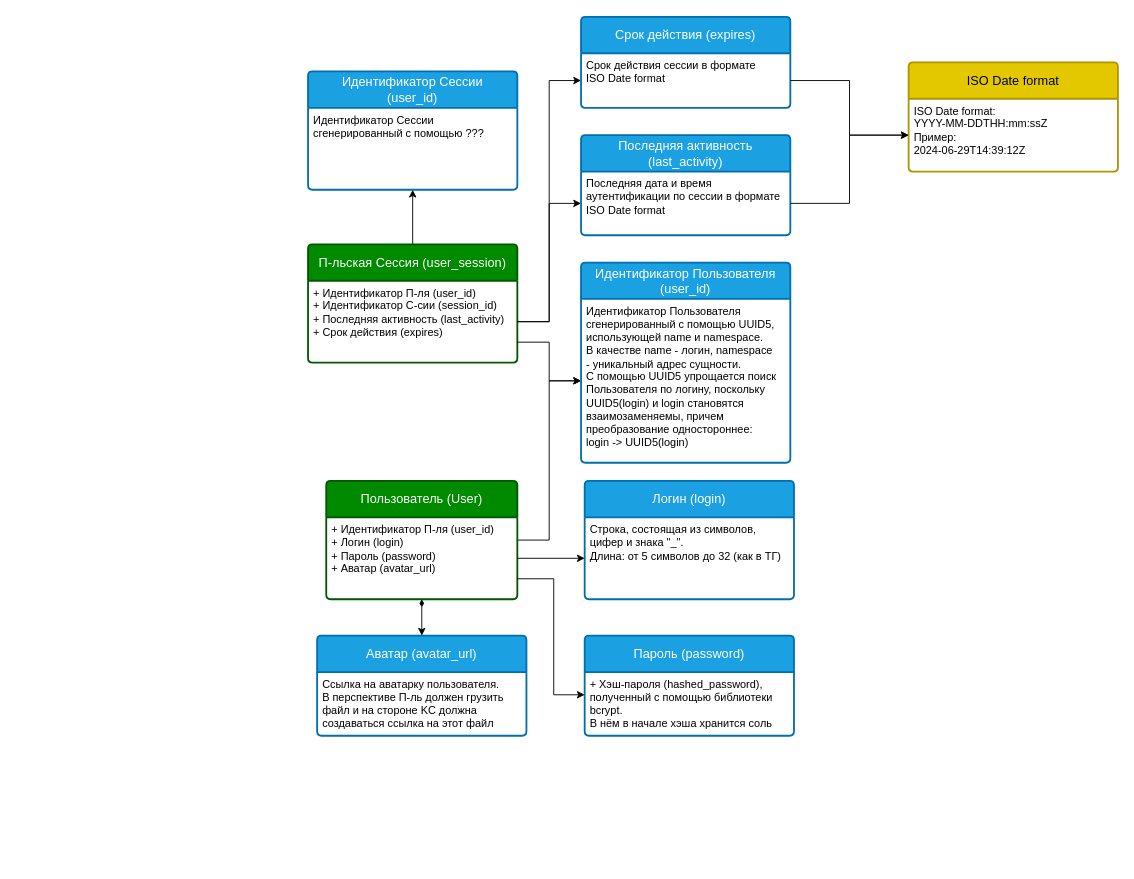
Earlier version of the draw.io diagram src/fullstack-fast-api/docs/entities.drawio (TimurRahimov/Kate-Connect). Source tidied: cells renumbered, new cells numbered last; positions are measured from the earlier drawing's top-left corner, leaving out a move shared by most shapes. Both pictures are drawn from the tidied source at 91%, with x=0, y=0 at pixel (308, 16).
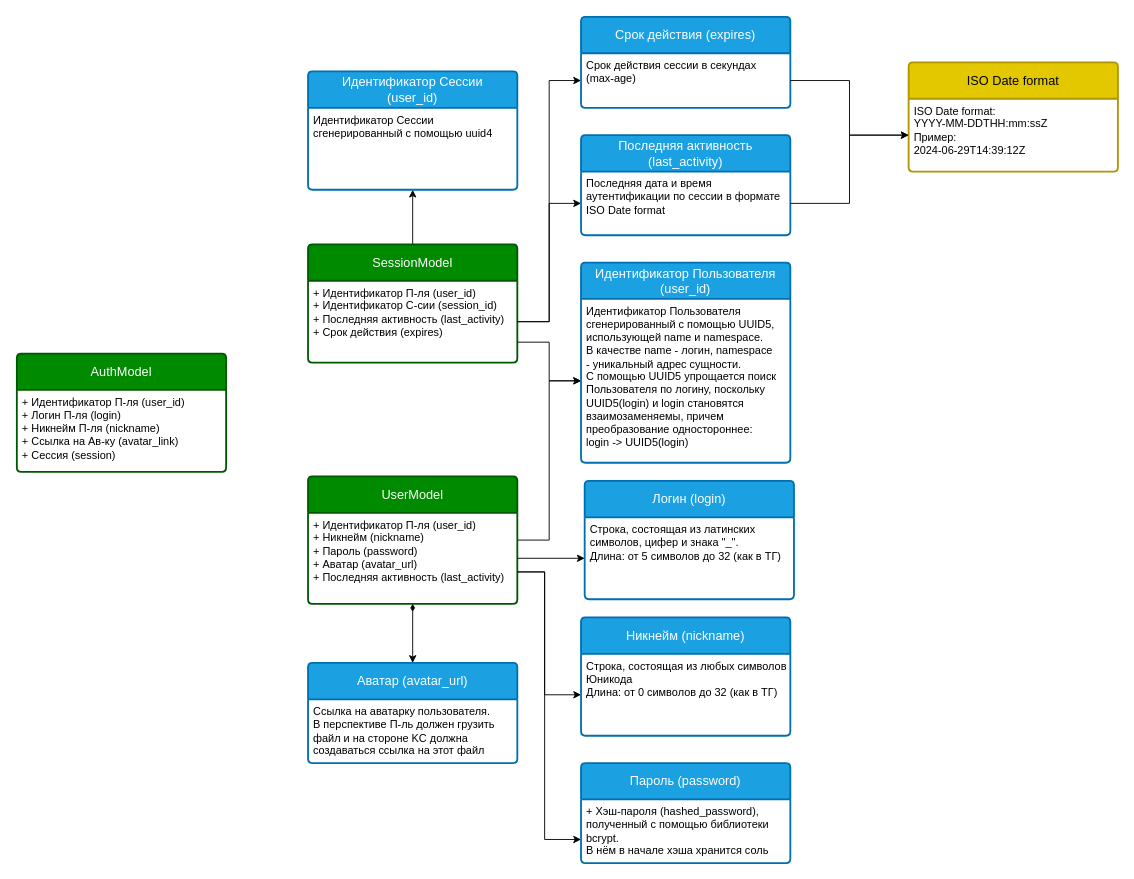
Above is the later version.

The change refers to these unchanged cells:
```xml
<mxCell id="6" value="+ Хэш-пароля (hashed_password), &lt;br&gt;полученный с&amp;nbsp;помощью библиотеки &lt;br&gt;bcrypt. &lt;br&gt;В нём в начале хэша хранится соль" style="align=left;strokeColor=none;fillColor=none;spacingLeft=4;fontSize=12;verticalAlign=top;html=1;" parent="5" vertex="1">
  <mxGeometry y="40" width="230" height="70" as="geometry" />
</mxCell>
<mxCell id="10" value="Логин (login)" style="swimlane;horizontal=1;startSize=40;rounded=1;fontSize=14;fontStyle=0;strokeWidth=2;shadow=0;dashed=0;align=center;arcSize=4;whiteSpace=wrap;html=1;fillColor=#1ba1e2;fontColor=#ffffff;strokeColor=#006EAF;" parent="1" vertex="1">
  <mxGeometry x="304" y="510" width="230" height="130" as="geometry" />
</mxCell>
<mxCell id="25" value="Срок действия (expires)" style="swimlane;horizontal=1;startSize=40;rounded=1;fontSize=14;fontStyle=0;strokeWidth=2;shadow=0;dashed=0;align=center;arcSize=4;whiteSpace=wrap;html=1;fillColor=#1ba1e2;fontColor=#ffffff;strokeColor=#006EAF;" parent="1" vertex="1">
  <mxGeometry x="300" width="230" height="100" as="geometry" />
</mxCell>
<mxCell id="30" value="Идентификатор Сессии&lt;br&gt;(user_id)" style="swimlane;horizontal=1;startSize=40;rounded=1;fontSize=14;fontStyle=0;strokeWidth=2;shadow=0;dashed=0;align=center;arcSize=4;whiteSpace=wrap;html=1;fillColor=#1ba1e2;fontColor=#ffffff;strokeColor=#006EAF;" parent="1" vertex="1">
  <mxGeometry y="60" width="230" height="130" as="geometry" />
</mxCell>
```

Diff of the diagram source:
```diff
@@
+    <mxCell id="32" style="edgeStyle=orthogonalEdgeStyle;rounded=0;jettySize=auto;html=1;exitX=1;exitY=0.75;exitDx=0;exitDy=0;entryX=0;entryY=0.5;entryDx=0;entryDy=0;" parent="1" edge="1" source="3" target="34">
+      <mxGeometry relative="1" as="geometry">
+        <Array as="points">
+          <mxPoint x="260" y="610" />
+          <mxPoint x="260" y="745" />
+        </Array>
+      </mxGeometry>
+    </mxCell>
-    <mxCell id="3" value="Пользователь (User)" style="swimlane;horizontal=1;startSize=40;rounded=1;fontSize=14;fontStyle=0;strokeWidth=2;shadow=0;dashed=0;align=center;arcSize=4;whiteSpace=wrap;html=1;fillColor=#008a00;fontColor=#ffffff;strokeColor=#005700;" parent="1" vertex="1">
-      <mxGeometry x="20" y="510" width="210" height="130" as="geometry" />
+    <mxCell id="3" value="UserModel" style="swimlane;horizontal=1;startSize=40;rounded=1;fontSize=14;fontStyle=0;strokeWidth=2;shadow=0;dashed=0;align=center;arcSize=4;whiteSpace=wrap;html=1;fillColor=#008a00;fontColor=#ffffff;strokeColor=#005700;" parent="1" vertex="1">
+      <mxGeometry y="505" width="230" height="140" as="geometry" />
     </mxCell>
-    <mxCell id="4" value="+ Идентификатор П-ля (user_id)&lt;br&gt;+ Логин (login)&lt;br&gt;+ Пароль (password)&lt;br&gt;+ Аватар (avatar_url)" style="align=left;strokeColor=none;fillColor=none;spacingLeft=4;fontSize=12;verticalAlign=top;html=1;" parent="3" vertex="1">
-      <mxGeometry y="40" width="210" height="90" as="geometry" />
+    <mxCell id="4" value="+ Идентификатор П-ля (user_id)&lt;br&gt;+ Никнейм (nickname)&lt;br&gt;+ Пароль (password)&lt;br&gt;+ Аватар (avatar_url)&lt;br&gt;+ Последняя активность (last_activity)" style="align=left;strokeColor=none;fillColor=none;spacingLeft=4;fontSize=12;verticalAlign=top;html=1;" parent="3" vertex="1">
+      <mxGeometry y="40" width="230" height="100" as="geometry" />
     </mxCell>
     <mxCell id="5" value="Пароль (password)" style="swimlane;horizontal=1;startSize=40;rounded=1;fontSize=14;fontStyle=0;strokeWidth=2;shadow=0;dashed=0;align=center;arcSize=4;whiteSpace=wrap;html=1;fillColor=#1ba1e2;fontColor=#ffffff;strokeColor=#006EAF;" parent="1" vertex="1">
-      <mxGeometry x="304" y="680" width="230" height="110" as="geometry" />
+      <mxGeometry x="300" y="820" width="230" height="110" as="geometry" />
     </mxCell>
@@
-    <mxCell id="7" style="edgeStyle=orthogonalEdgeStyle;rounded=0;jettySize=auto;html=1;startArrow=none;startFill=0;strokeWidth=1;exitX=1;exitY=0.75;exitDx=0;exitDy=0;" parent="1" edge="1" source="4" target="6">
+    <mxCell id="7" style="edgeStyle=orthogonalEdgeStyle;rounded=0;orthogonalLoop=1;jettySize=auto;html=1;startArrow=none;startFill=0;strokeWidth=1;" parent="1" edge="1">
       <mxGeometry relative="1" as="geometry">
+        <mxPoint x="230" y="610" as="sourcePoint" />
+        <mxPoint x="300" y="904" as="targetPoint" />
         <Array as="points">
-          <mxPoint x="270" y="617" />
-          <mxPoint x="270" y="745" />
+          <mxPoint x="230" y="610" />
+          <mxPoint x="260" y="610" />
+          <mxPoint x="260" y="904" />
         </Array>
       </mxGeometry>
     </mxCell>
@@
-    <mxCell id="11" value="Строка, состоящая из символов,&amp;nbsp;&lt;br&gt;цифер и знака &quot;_&quot;.&lt;br&gt;Длина: от 5 символов до 32 (как в ТГ)" style="align=left;strokeColor=none;fillColor=none;spacingLeft=4;fontSize=12;verticalAlign=top;html=1;" parent="10" vertex="1">
+    <mxCell id="11" value="Строка, состоящая из латинских &lt;br&gt;символов, цифер и знака &quot;_&quot;.&lt;br&gt;Длина: от 5 символов до 32 (как в ТГ)" style="align=left;strokeColor=none;fillColor=none;spacingLeft=4;fontSize=12;verticalAlign=top;html=1;" parent="10" vertex="1">
       <mxGeometry y="40" width="230" height="90" as="geometry" />
     </mxCell>
@@
     <mxCell id="13" value="Аватар (avatar_url)" style="swimlane;horizontal=1;startSize=40;rounded=1;fontSize=14;fontStyle=0;strokeWidth=2;shadow=0;dashed=0;align=center;arcSize=4;whiteSpace=wrap;html=1;fillColor=#1ba1e2;fontColor=#ffffff;strokeColor=#006EAF;" parent="1" vertex="1">
-      <mxGeometry x="10" y="680" width="230" height="110" as="geometry" />
+      <mxGeometry y="710" width="230" height="110" as="geometry" />
     </mxCell>
@@
-    <mxCell id="17" value="П-льская Сессия (user_session)" style="swimlane;horizontal=1;startSize=40;rounded=1;fontSize=14;fontStyle=0;strokeWidth=2;shadow=0;dashed=0;align=center;arcSize=4;whiteSpace=wrap;html=1;fillColor=#008a00;fontColor=#ffffff;strokeColor=#005700;" parent="1" vertex="1">
+    <mxCell id="17" value="SessionModel" style="swimlane;horizontal=1;startSize=40;rounded=1;fontSize=14;fontStyle=0;strokeWidth=2;shadow=0;dashed=0;align=center;arcSize=4;whiteSpace=wrap;html=1;fillColor=#008a00;fontColor=#ffffff;strokeColor=#005700;" parent="1" vertex="1">
       <mxGeometry y="250" width="230" height="130" as="geometry" />
     </mxCell>
@@
-    <mxCell id="26" value="Срок действия сессии в формате&lt;br&gt;ISO Date format" style="align=left;strokeColor=none;fillColor=none;spacingLeft=4;fontSize=12;verticalAlign=top;html=1;" parent="25" vertex="1">
+    <mxCell id="26" value="Срок действия сессии в секундах&lt;br&gt;(max-age)" style="align=left;strokeColor=none;fillColor=none;spacingLeft=4;fontSize=12;verticalAlign=top;html=1;" parent="25" vertex="1">
       <mxGeometry y="40" width="230" height="60" as="geometry" />
     </mxCell>
@@
-    <mxCell id="31" value="Идентификатор Сессии &lt;br&gt;сгенерированный с помощью ???" style="align=left;strokeColor=none;fillColor=none;spacingLeft=4;fontSize=12;verticalAlign=top;html=1;" parent="30" vertex="1">
+    <mxCell id="31" value="Идентификатор Сессии &lt;br&gt;сгенерированный с помощью uuid4" style="align=left;strokeColor=none;fillColor=none;spacingLeft=4;fontSize=12;verticalAlign=top;html=1;" parent="30" vertex="1">
       <mxGeometry y="40" width="230" height="90" as="geometry" />
     </mxCell>
+    <mxCell id="33" value="Никнейм (nickname)" style="swimlane;horizontal=1;startSize=40;rounded=1;fontSize=14;fontStyle=0;strokeWidth=2;shadow=0;dashed=0;align=center;arcSize=4;whiteSpace=wrap;html=1;fillColor=#1ba1e2;fontColor=#ffffff;strokeColor=#006EAF;" parent="1" vertex="1">
+      <mxGeometry x="300" y="660" width="230" height="130" as="geometry" />
+    </mxCell>
+    <mxCell id="34" value="Строка, состоящая из любых символов&lt;br&gt;Юникода&lt;br&gt;Длина: от 0 символов до 32 (как в ТГ)" style="align=left;strokeColor=none;fillColor=none;spacingLeft=4;fontSize=12;verticalAlign=top;html=1;" parent="33" vertex="1">
+      <mxGeometry y="40" width="230" height="90" as="geometry" />
+    </mxCell>
+    <mxCell id="35" value="AuthModel" style="swimlane;horizontal=1;startSize=40;rounded=1;fontSize=14;fontStyle=0;strokeWidth=2;shadow=0;dashed=0;align=center;arcSize=4;whiteSpace=wrap;html=1;fillColor=#008a00;fontColor=#ffffff;strokeColor=#005700;" parent="1" vertex="1">
+      <mxGeometry x="-320" y="370" width="230" height="130" as="geometry" />
+    </mxCell>
+    <mxCell id="36" value="+ Идентификатор П-ля (user_id)&lt;br&gt;+ Логин П-ля (login)&lt;br&gt;+ Никнейм П-ля (nickname)&lt;br&gt;+ Ссылка на Ав-ку (avatar_link)&lt;br&gt;+ Сессия (session)" style="align=left;strokeColor=none;fillColor=none;spacingLeft=4;fontSize=12;verticalAlign=top;html=1;" parent="35" vertex="1">
+      <mxGeometry y="40" width="230" height="90" as="geometry" />
+    </mxCell>
```
